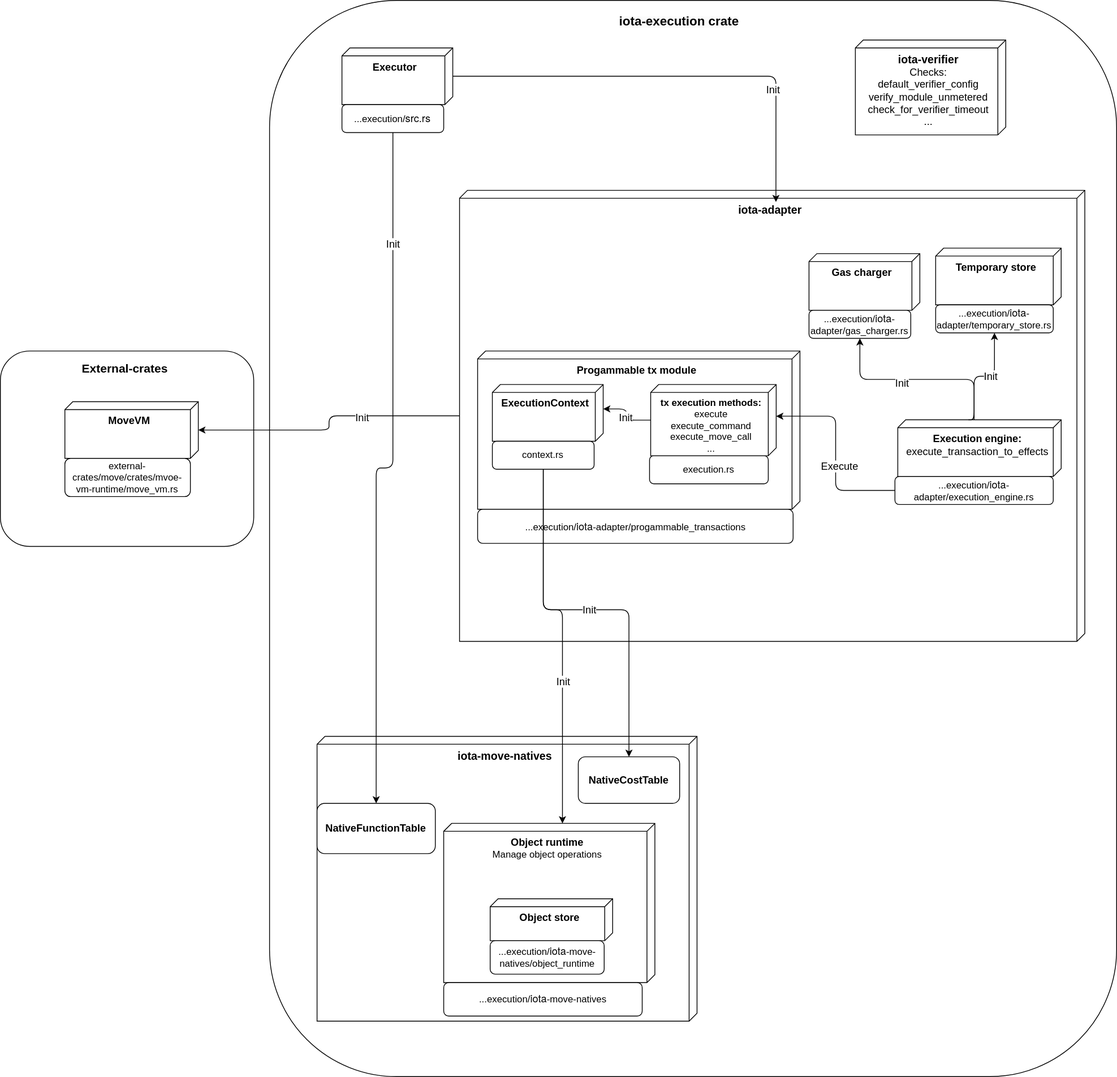
rafnixschaf/iota keeps this draw.io diagram as docs/content/execution_architecture/images/iota_execution.svg. Above is the earlier version. Source tidied: cells renumbered, new cells last; positions are measured from the earlier drawing's top-left corner, leaving out a move shared by most shapes.
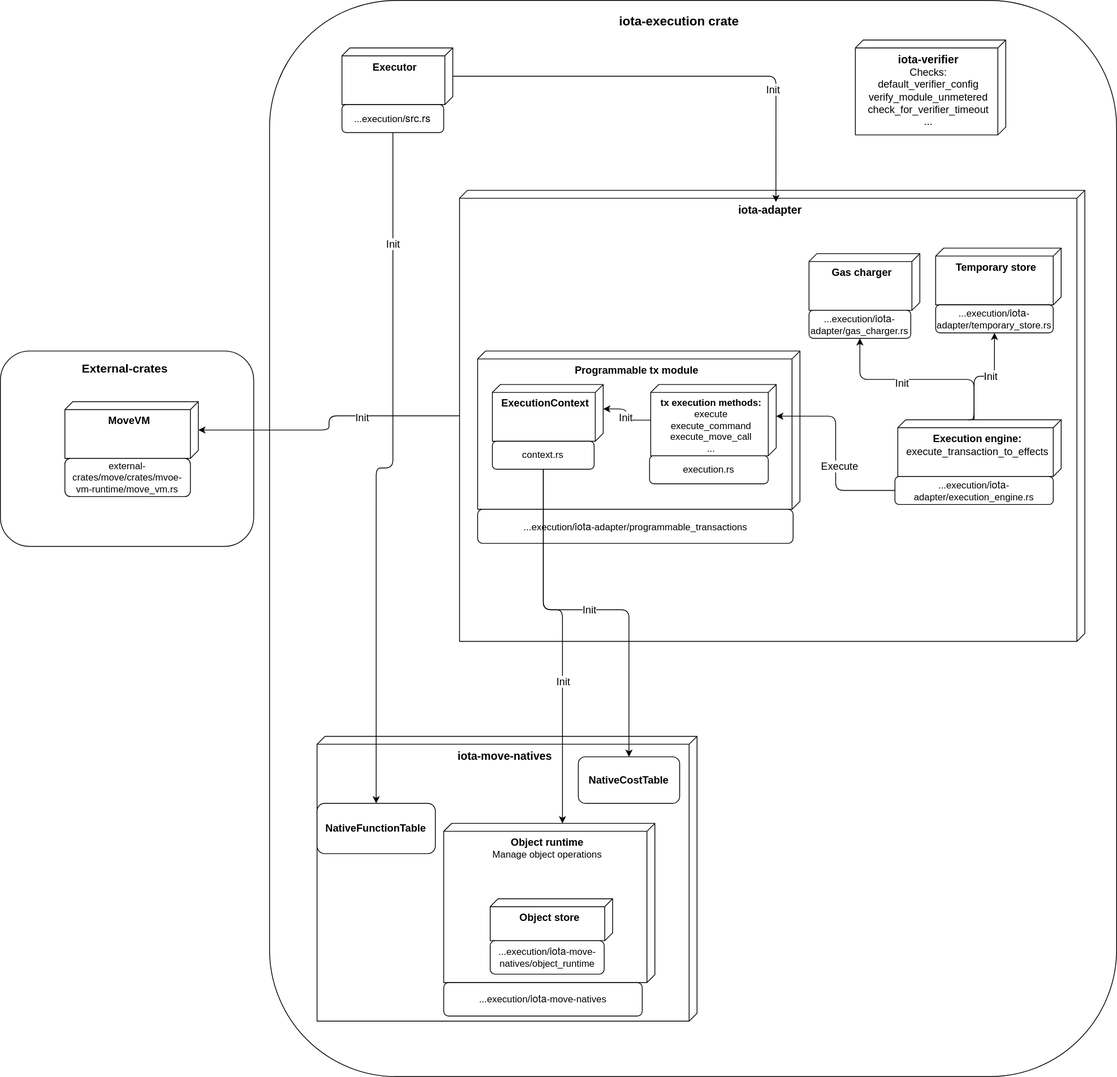
After the change.

Commit message:
fix(docs): documentation spell check fixed (#607)

Change to the diagram source:
```diff
@@ -62,7 +62,7 @@
     <mxCell id="21" style="group;rounded=1;" parent="1" vertex="1">
       <mxGeometry x="600" y="443.1" width="410" height="243.1" as="geometry" />
     </mxCell>
-    <mxCell id="22" value="&lt;b&gt;&lt;font style=&quot;font-size: 13px;&quot;&gt;Progammable tx module&lt;/font&gt;&lt;/b&gt;" style="verticalAlign=top;align=center;shape=cube;size=10;direction=south;html=1;boundedLbl=1;spacingLeft=5;whiteSpace=wrap;rounded=1;" parent="21" vertex="1">
+    <mxCell id="22" value="&lt;b&gt;&lt;font style=&quot;font-size: 13px;&quot;&gt;Programmable tx module&lt;/font&gt;&lt;/b&gt;" style="verticalAlign=top;align=center;shape=cube;size=10;direction=south;html=1;boundedLbl=1;spacingLeft=5;whiteSpace=wrap;rounded=1;" parent="21" vertex="1">
       <mxGeometry x="2.8" width="407.2" height="200" as="geometry" />
     </mxCell>
     <mxCell id="23" style="group;rounded=1;" parent="21" vertex="1">
@@ -77,7 +77,7 @@
     <mxCell id="26" value="context.rs" style="rounded=1;whiteSpace=wrap;html=1;" parent="23" vertex="1">
       <mxGeometry x="1.4" y="71.6" width="128.6" height="35.4" as="geometry" />
     </mxCell>
-    <mxCell id="27" value="...execution/&lt;span style=&quot;font-family: &amp;quot;Helvetica Neue&amp;quot;; font-size: 13px;&quot;&gt;iota&lt;/span&gt;-adapter/progammable_transactions" style="rounded=1;whiteSpace=wrap;html=1;" parent="21" vertex="1">
+    <mxCell id="27" value="...execution/&lt;span style=&quot;font-family: &amp;quot;Helvetica Neue&amp;quot;; font-size: 13px;&quot;&gt;iota&lt;/span&gt;-adapter/programmable_transactions" style="rounded=1;whiteSpace=wrap;html=1;" parent="21" vertex="1">
       <mxGeometry x="2.8" y="200" width="398.6" height="43.1" as="geometry" />
     </mxCell>
     <mxCell id="28" style="group;rounded=1;" parent="21" vertex="1">
```
